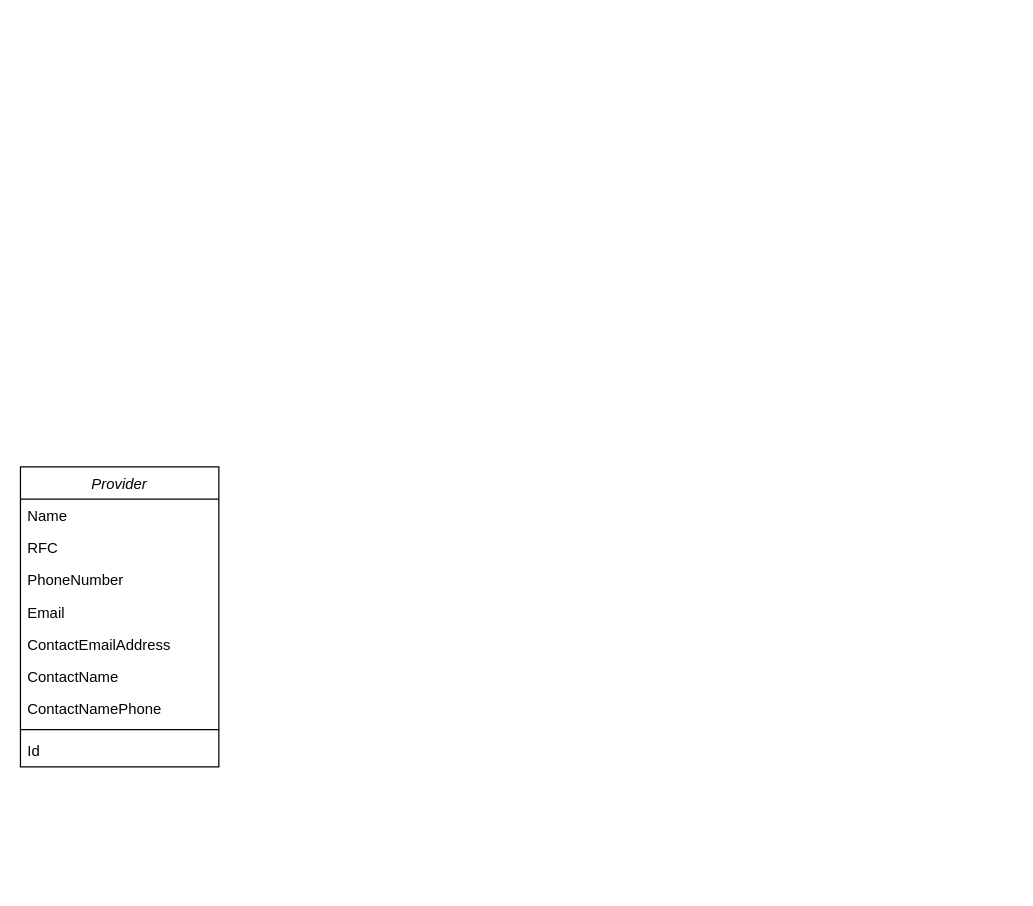
Before: Warehouse.drawio in davidaguilera/warehouse, a draw.io diagram. Source tidied: cells renumbered, new cells numbered last; positions are measured from the earlier drawing's top-left corner, leaving out a move shared by most shapes. Both pictures are drawn from the tidied source at 124%, with x=0, y=0 at pixel (20, 466).
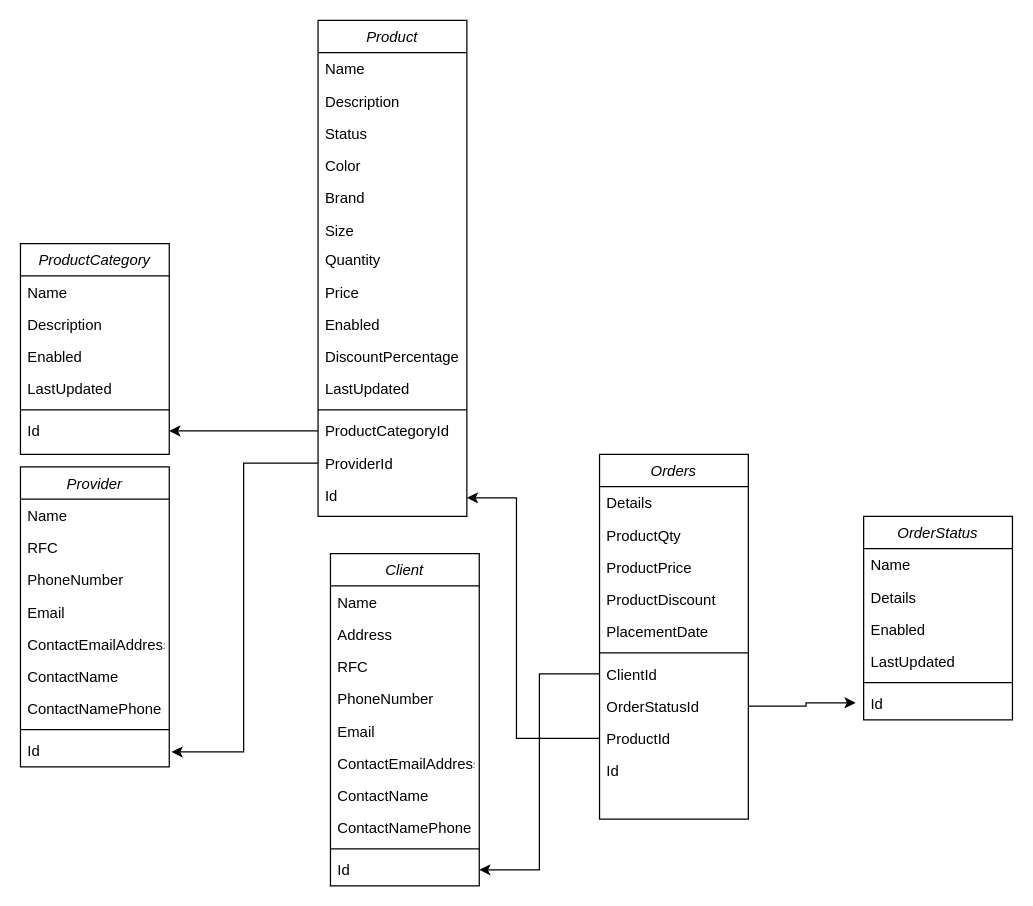
After the change.

Diff of the diagram source:
```diff
@@
     <mxCell id="2" value="Provider" style="swimlane;fontStyle=2;align=center;verticalAlign=top;horizontal=1;startSize=26;rounded=0;shadow=0;strokeWidth=1;" parent="1" vertex="1">
-      <mxGeometry width="160" height="242" as="geometry" />
+      <mxGeometry width="120" height="242" as="geometry" />
     </mxCell>
     <mxCell id="3" value="Name" style="text;align=left;verticalAlign=top;spacingLeft=4;spacingRight=4;overflow=hidden;" parent="2" vertex="1">
-      <mxGeometry y="26" width="160" height="26" as="geometry" />
+      <mxGeometry y="26" width="120" height="26" as="geometry" />
     </mxCell>
     <mxCell id="4" value="RFC" style="text;align=left;verticalAlign=top;spacingLeft=4;spacingRight=4;overflow=hidden;rounded=0;shadow=0;html=0;" parent="2" vertex="1">
-      <mxGeometry y="52" width="160" height="26" as="geometry" />
+      <mxGeometry y="52" width="120" height="26" as="geometry" />
     </mxCell>
     <mxCell id="5" value="PhoneNumber" style="text;align=left;verticalAlign=top;spacingLeft=4;spacingRight=4;overflow=hidden;rounded=0;shadow=0;html=0;" parent="2" vertex="1">
-      <mxGeometry y="78" width="160" height="26" as="geometry" />
+      <mxGeometry y="78" width="120" height="26" as="geometry" />
     </mxCell>
     <mxCell id="6" value="Email" style="text;align=left;verticalAlign=top;spacingLeft=4;spacingRight=4;overflow=hidden;" parent="2" vertex="1">
-      <mxGeometry y="104" width="160" height="26" as="geometry" />
+      <mxGeometry y="104" width="120" height="26" as="geometry" />
     </mxCell>
     <mxCell id="7" value="ContactEmailAddress" style="text;align=left;verticalAlign=top;spacingLeft=4;spacingRight=4;overflow=hidden;rounded=0;shadow=0;html=0;" parent="2" vertex="1">
-      <mxGeometry y="130" width="160" height="26" as="geometry" />
+      <mxGeometry y="130" width="120" height="26" as="geometry" />
     </mxCell>
     <mxCell id="8" value="ContactName" style="text;align=left;verticalAlign=top;spacingLeft=4;spacingRight=4;overflow=hidden;rounded=0;shadow=0;html=0;" parent="2" vertex="1">
-      <mxGeometry y="156" width="160" height="26" as="geometry" />
+      <mxGeometry y="156" width="120" height="26" as="geometry" />
     </mxCell>
     <mxCell id="9" value="ContactNamePhone" style="text;align=left;verticalAlign=top;spacingLeft=4;spacingRight=4;overflow=hidden;rounded=0;shadow=0;html=0;" parent="2" vertex="1">
-      <mxGeometry y="182" width="160" height="26" as="geometry" />
+      <mxGeometry y="182" width="120" height="26" as="geometry" />
     </mxCell>
     <mxCell id="10" style="line;html=1;strokeWidth=1;align=left;verticalAlign=middle;spacingTop=-1;spacingLeft=3;spacingRight=3;labelPosition=right;" parent="2" vertex="1">
-      <mxGeometry y="208" width="160" height="8" as="geometry" />
+      <mxGeometry y="208" width="120" height="8" as="geometry" />
     </mxCell>
     <mxCell id="11" value="Id" style="text;align=left;verticalAlign=top;spacingLeft=4;spacingRight=4;overflow=hidden;points=[[0,0.5],[1,0.5]];portConstraint=eastwest;rounded=0;shadow=0;html=0;" parent="2" vertex="1">
-      <mxGeometry y="216" width="160" height="26" as="geometry" />
+      <mxGeometry y="216" width="120" height="26" as="geometry" />
     </mxCell>
+    <mxCell id="12" value="Client" style="swimlane;fontStyle=2;align=center;verticalAlign=top;horizontal=1;startSize=26;rounded=0;shadow=0;strokeWidth=1;" parent="1" vertex="1">
+      <mxGeometry x="250" y="70" width="120" height="268" as="geometry" />
+    </mxCell>
+    <mxCell id="13" value="Name" style="text;align=left;verticalAlign=top;spacingLeft=4;spacingRight=4;overflow=hidden;" parent="12" vertex="1">
+      <mxGeometry y="26" width="120" height="26" as="geometry" />
+    </mxCell>
+    <mxCell id="14" value="Address" style="text;align=left;verticalAlign=top;spacingLeft=4;spacingRight=4;overflow=hidden;rounded=0;shadow=0;html=0;" parent="12" vertex="1">
+      <mxGeometry y="52" width="120" height="26" as="geometry" />
+    </mxCell>
+    <mxCell id="15" value="RFC" style="text;align=left;verticalAlign=top;spacingLeft=4;spacingRight=4;overflow=hidden;rounded=0;shadow=0;html=0;" parent="12" vertex="1">
+      <mxGeometry y="78" width="120" height="26" as="geometry" />
+    </mxCell>
+    <mxCell id="16" value="PhoneNumber" style="text;align=left;verticalAlign=top;spacingLeft=4;spacingRight=4;overflow=hidden;rounded=0;shadow=0;html=0;" parent="12" vertex="1">
+      <mxGeometry y="104" width="120" height="26" as="geometry" />
+    </mxCell>
+    <mxCell id="17" value="Email" style="text;align=left;verticalAlign=top;spacingLeft=4;spacingRight=4;overflow=hidden;" parent="12" vertex="1">
+      <mxGeometry y="130" width="120" height="26" as="geometry" />
+    </mxCell>
+    <mxCell id="18" value="ContactEmailAddress" style="text;align=left;verticalAlign=top;spacingLeft=4;spacingRight=4;overflow=hidden;rounded=0;shadow=0;html=0;" parent="12" vertex="1">
+      <mxGeometry y="156" width="120" height="26" as="geometry" />
+    </mxCell>
+    <mxCell id="19" value="ContactName" style="text;align=left;verticalAlign=top;spacingLeft=4;spacingRight=4;overflow=hidden;rounded=0;shadow=0;html=0;" parent="12" vertex="1">
+      <mxGeometry y="182" width="120" height="26" as="geometry" />
+    </mxCell>
+    <mxCell id="20" value="ContactNamePhone" style="text;align=left;verticalAlign=top;spacingLeft=4;spacingRight=4;overflow=hidden;rounded=0;shadow=0;html=0;" parent="12" vertex="1">
+      <mxGeometry y="208" width="120" height="26" as="geometry" />
+    </mxCell>
+    <mxCell id="21" style="line;html=1;strokeWidth=1;align=left;verticalAlign=middle;spacingTop=-1;spacingLeft=3;spacingRight=3;labelPosition=right;" parent="12" vertex="1">
+      <mxGeometry y="234" width="120" height="8" as="geometry" />
+    </mxCell>
+    <mxCell id="22" value="Id" style="text;align=left;verticalAlign=top;spacingLeft=4;spacingRight=4;overflow=hidden;points=[[0,0.5],[1,0.5]];portConstraint=eastwest;rounded=0;shadow=0;html=0;" parent="12" vertex="1">
+      <mxGeometry y="242" width="120" height="26" as="geometry" />
+    </mxCell>
+    <mxCell id="23" value="ProductCategory" style="swimlane;fontStyle=2;align=center;verticalAlign=top;horizontal=1;startSize=26;rounded=0;shadow=0;strokeWidth=1;" parent="1" vertex="1">
+      <mxGeometry y="-180" width="120" height="170" as="geometry" />
+    </mxCell>
+    <mxCell id="24" value="Name" style="text;align=left;verticalAlign=top;spacingLeft=4;spacingRight=4;overflow=hidden;" parent="23" vertex="1">
+      <mxGeometry y="26" width="120" height="26" as="geometry" />
+    </mxCell>
+    <mxCell id="25" value="Description" style="text;align=left;verticalAlign=top;spacingLeft=4;spacingRight=4;overflow=hidden;" parent="23" vertex="1">
+      <mxGeometry y="52" width="120" height="26" as="geometry" />
+    </mxCell>
+    <mxCell id="26" value="Enabled" style="text;align=left;verticalAlign=top;spacingLeft=4;spacingRight=4;overflow=hidden;rounded=0;shadow=0;html=0;" parent="23" vertex="1">
+      <mxGeometry y="78" width="120" height="26" as="geometry" />
+    </mxCell>
+    <mxCell id="27" value="LastUpdated" style="text;align=left;verticalAlign=top;spacingLeft=4;spacingRight=4;overflow=hidden;rounded=0;shadow=0;html=0;" parent="23" vertex="1">
+      <mxGeometry y="104" width="120" height="26" as="geometry" />
+    </mxCell>
+    <mxCell id="28" style="line;html=1;strokeWidth=1;align=left;verticalAlign=middle;spacingTop=-1;spacingLeft=3;spacingRight=3;labelPosition=right;" parent="23" vertex="1">
+      <mxGeometry y="130" width="120" height="8" as="geometry" />
+    </mxCell>
+    <mxCell id="29" value="Id" style="text;align=left;verticalAlign=top;spacingLeft=4;spacingRight=4;overflow=hidden;points=[[0,0.5],[1,0.5]];portConstraint=eastwest;rounded=0;shadow=0;html=0;" parent="23" vertex="1">
+      <mxGeometry y="138" width="120" height="26" as="geometry" />
+    </mxCell>
+    <mxCell id="30" value="Product" style="swimlane;fontStyle=2;align=center;verticalAlign=top;horizontal=1;startSize=26;rounded=0;shadow=0;strokeWidth=1;" parent="1" vertex="1">
+      <mxGeometry x="240" y="-360" width="120" height="400" as="geometry" />
+    </mxCell>
+    <mxCell id="31" value="Name" style="text;align=left;verticalAlign=top;spacingLeft=4;spacingRight=4;overflow=hidden;" parent="30" vertex="1">
+      <mxGeometry y="26" width="120" height="26" as="geometry" />
+    </mxCell>
+    <mxCell id="32" value="Description" style="text;align=left;verticalAlign=top;spacingLeft=4;spacingRight=4;overflow=hidden;" parent="30" vertex="1">
+      <mxGeometry y="52" width="120" height="26" as="geometry" />
+    </mxCell>
+    <mxCell id="33" value="Status" style="text;align=left;verticalAlign=top;spacingLeft=4;spacingRight=4;overflow=hidden;rounded=0;shadow=0;html=0;" parent="30" vertex="1">
+      <mxGeometry y="78" width="120" height="26" as="geometry" />
+    </mxCell>
+    <mxCell id="34" value="Color" style="text;align=left;verticalAlign=top;spacingLeft=4;spacingRight=4;overflow=hidden;rounded=0;shadow=0;html=0;" parent="30" vertex="1">
+      <mxGeometry y="104" width="120" height="26" as="geometry" />
+    </mxCell>
+    <mxCell id="35" value="Brand" style="text;align=left;verticalAlign=top;spacingLeft=4;spacingRight=4;overflow=hidden;rounded=0;shadow=0;html=0;" parent="30" vertex="1">
+      <mxGeometry y="130" width="120" height="26" as="geometry" />
+    </mxCell>
+    <mxCell id="36" value="Size" style="text;align=left;verticalAlign=top;spacingLeft=4;spacingRight=4;overflow=hidden;rounded=0;shadow=0;html=0;" parent="30" vertex="1">
+      <mxGeometry y="156" width="120" height="24" as="geometry" />
+    </mxCell>
+    <mxCell id="37" value="Quantity" style="text;align=left;verticalAlign=top;spacingLeft=4;spacingRight=4;overflow=hidden;rounded=0;shadow=0;html=0;" parent="30" vertex="1">
+      <mxGeometry y="180" width="120" height="26" as="geometry" />
+    </mxCell>
+    <mxCell id="38" value="Price" style="text;align=left;verticalAlign=top;spacingLeft=4;spacingRight=4;overflow=hidden;rounded=0;shadow=0;html=0;" parent="30" vertex="1">
+      <mxGeometry y="206" width="120" height="26" as="geometry" />
+    </mxCell>
+    <mxCell id="39" value="Enabled" style="text;align=left;verticalAlign=top;spacingLeft=4;spacingRight=4;overflow=hidden;rounded=0;shadow=0;html=0;" parent="30" vertex="1">
+      <mxGeometry y="232" width="120" height="26" as="geometry" />
+    </mxCell>
+    <mxCell id="40" value="DiscountPercentage" style="text;align=left;verticalAlign=top;spacingLeft=4;spacingRight=4;overflow=hidden;rounded=0;shadow=0;html=0;" parent="30" vertex="1">
+      <mxGeometry y="258" width="120" height="26" as="geometry" />
+    </mxCell>
+    <mxCell id="41" value="LastUpdated" style="text;align=left;verticalAlign=top;spacingLeft=4;spacingRight=4;overflow=hidden;rounded=0;shadow=0;html=0;" parent="30" vertex="1">
+      <mxGeometry y="284" width="120" height="26" as="geometry" />
+    </mxCell>
+    <mxCell id="42" style="line;html=1;strokeWidth=1;align=left;verticalAlign=middle;spacingTop=-1;spacingLeft=3;spacingRight=3;labelPosition=right;" parent="30" vertex="1">
+      <mxGeometry y="310" width="120" height="8" as="geometry" />
+    </mxCell>
+    <mxCell id="43" value="ProductCategoryId" style="text;align=left;verticalAlign=top;spacingLeft=4;spacingRight=4;overflow=hidden;points=[[0,0.5],[1,0.5]];portConstraint=eastwest;rounded=0;shadow=0;html=0;" parent="30" vertex="1">
+      <mxGeometry y="318" width="120" height="26" as="geometry" />
+    </mxCell>
+    <mxCell id="44" value="ProviderId" style="text;align=left;verticalAlign=top;spacingLeft=4;spacingRight=4;overflow=hidden;points=[[0,0.5],[1,0.5]];portConstraint=eastwest;rounded=0;shadow=0;html=0;" parent="30" vertex="1">
+      <mxGeometry y="344" width="120" height="26" as="geometry" />
+    </mxCell>
+    <mxCell id="45" value="Id" style="text;align=left;verticalAlign=top;spacingLeft=4;spacingRight=4;overflow=hidden;points=[[0,0.5],[1,0.5]];portConstraint=eastwest;rounded=0;shadow=0;html=0;" parent="30" vertex="1">
+      <mxGeometry y="370" width="120" height="30" as="geometry" />
+    </mxCell>
+    <mxCell id="46" style="edgeStyle=orthogonalEdgeStyle;rounded=0;jettySize=auto;html=1;exitX=0;exitY=0.5;exitDx=0;exitDy=0;entryX=1;entryY=0.5;entryDx=0;entryDy=0;" parent="1" edge="1" source="43" target="29">
+      <mxGeometry relative="1" as="geometry" />
+    </mxCell>
+    <mxCell id="47" style="edgeStyle=orthogonalEdgeStyle;rounded=0;jettySize=auto;html=1;exitX=0;exitY=0.5;exitDx=0;exitDy=0;entryX=1.016;entryY=0.534;entryDx=0;entryDy=0;entryPerimeter=0;" parent="1" edge="1" source="44" target="11">
+      <mxGeometry relative="1" as="geometry" />
+    </mxCell>
+    <mxCell id="48" value="Orders" style="swimlane;fontStyle=2;align=center;verticalAlign=top;horizontal=1;startSize=26;rounded=0;shadow=0;strokeWidth=1;" parent="1" vertex="1">
+      <mxGeometry x="467" y="-10" width="120" height="294" as="geometry" />
+    </mxCell>
+    <mxCell id="49" value="Details" style="text;align=left;verticalAlign=top;spacingLeft=4;spacingRight=4;overflow=hidden;" parent="48" vertex="1">
+      <mxGeometry y="26" width="120" height="26" as="geometry" />
+    </mxCell>
+    <mxCell id="50" value="ProductQty" style="text;align=left;verticalAlign=top;spacingLeft=4;spacingRight=4;overflow=hidden;rounded=0;shadow=0;html=0;" parent="48" vertex="1">
+      <mxGeometry y="52" width="120" height="26" as="geometry" />
+    </mxCell>
+    <mxCell id="51" value="ProductPrice" style="text;align=left;verticalAlign=top;spacingLeft=4;spacingRight=4;overflow=hidden;rounded=0;shadow=0;html=0;" parent="48" vertex="1">
+      <mxGeometry y="78" width="120" height="26" as="geometry" />
+    </mxCell>
+    <mxCell id="52" value="ProductDiscount" style="text;align=left;verticalAlign=top;spacingLeft=4;spacingRight=4;overflow=hidden;" parent="48" vertex="1">
+      <mxGeometry y="104" width="120" height="26" as="geometry" />
+    </mxCell>
+    <mxCell id="53" value="PlacementDate" style="text;align=left;verticalAlign=top;spacingLeft=4;spacingRight=4;overflow=hidden;rounded=0;shadow=0;html=0;" parent="48" vertex="1">
+      <mxGeometry y="130" width="120" height="26" as="geometry" />
+    </mxCell>
+    <mxCell id="54" style="line;html=1;strokeWidth=1;align=left;verticalAlign=middle;spacingTop=-1;spacingLeft=3;spacingRight=3;labelPosition=right;" parent="48" vertex="1">
+      <mxGeometry y="156" width="120" height="8" as="geometry" />
+    </mxCell>
+    <mxCell id="55" value="ClientId" style="text;align=left;verticalAlign=top;spacingLeft=4;spacingRight=4;overflow=hidden;points=[[0,0.5],[1,0.5]];portConstraint=eastwest;rounded=0;shadow=0;html=0;" parent="48" vertex="1">
+      <mxGeometry y="164" width="120" height="26" as="geometry" />
+    </mxCell>
+    <mxCell id="56" value="OrderStatusId" style="text;align=left;verticalAlign=top;spacingLeft=4;spacingRight=4;overflow=hidden;points=[[0,0.5],[1,0.5]];portConstraint=eastwest;rounded=0;shadow=0;html=0;" parent="48" vertex="1">
+      <mxGeometry y="190" width="120" height="26" as="geometry" />
+    </mxCell>
+    <mxCell id="57" value="ProductId" style="text;align=left;verticalAlign=top;spacingLeft=4;spacingRight=4;overflow=hidden;points=[[0,0.5],[1,0.5]];portConstraint=eastwest;rounded=0;shadow=0;html=0;" parent="48" vertex="1">
+      <mxGeometry y="216" width="120" height="26" as="geometry" />
+    </mxCell>
+    <mxCell id="58" value="Id" style="text;align=left;verticalAlign=top;spacingLeft=4;spacingRight=4;overflow=hidden;rounded=0;shadow=0;html=0;" parent="48" vertex="1">
+      <mxGeometry y="242" width="120" height="26" as="geometry" />
+    </mxCell>
+    <mxCell id="59" value="OrderStatus" style="swimlane;fontStyle=2;align=center;verticalAlign=top;horizontal=1;startSize=26;rounded=0;shadow=0;strokeWidth=1;" parent="1" vertex="1">
+      <mxGeometry x="680" y="40" width="120" height="164" as="geometry" />
+    </mxCell>
+    <mxCell id="60" value="Name" style="text;align=left;verticalAlign=top;spacingLeft=4;spacingRight=4;overflow=hidden;" parent="59" vertex="1">
+      <mxGeometry y="26" width="120" height="26" as="geometry" />
+    </mxCell>
+    <mxCell id="61" value="Details" style="text;align=left;verticalAlign=top;spacingLeft=4;spacingRight=4;overflow=hidden;rounded=0;shadow=0;html=0;" parent="59" vertex="1">
+      <mxGeometry y="52" width="120" height="26" as="geometry" />
+    </mxCell>
+    <mxCell id="62" value="Enabled" style="text;align=left;verticalAlign=top;spacingLeft=4;spacingRight=4;overflow=hidden;rounded=0;shadow=0;html=0;" parent="59" vertex="1">
+      <mxGeometry y="78" width="120" height="26" as="geometry" />
+    </mxCell>
+    <mxCell id="63" value="LastUpdated" style="text;align=left;verticalAlign=top;spacingLeft=4;spacingRight=4;overflow=hidden;" parent="59" vertex="1">
+      <mxGeometry y="104" width="120" height="26" as="geometry" />
+    </mxCell>
+    <mxCell id="64" style="line;html=1;strokeWidth=1;align=left;verticalAlign=middle;spacingTop=-1;spacingLeft=3;spacingRight=3;labelPosition=right;" parent="59" vertex="1">
+      <mxGeometry y="130" width="120" height="8" as="geometry" />
+    </mxCell>
+    <mxCell id="65" value="Id" style="text;align=left;verticalAlign=top;spacingLeft=4;spacingRight=4;overflow=hidden;points=[[0,0.5],[1,0.5]];portConstraint=eastwest;rounded=0;shadow=0;html=0;" parent="59" vertex="1">
+      <mxGeometry y="138" width="120" height="26" as="geometry" />
+    </mxCell>
+    <mxCell id="66" style="edgeStyle=orthogonalEdgeStyle;rounded=0;jettySize=auto;html=1;exitX=0;exitY=0.5;exitDx=0;exitDy=0;entryX=1;entryY=0.5;entryDx=0;entryDy=0;" parent="1" edge="1" source="55" target="22">
+      <mxGeometry relative="1" as="geometry" />
+    </mxCell>
+    <mxCell id="67" style="edgeStyle=orthogonalEdgeStyle;rounded=0;jettySize=auto;html=1;exitX=1;exitY=0.5;exitDx=0;exitDy=0;entryX=-0.054;entryY=0.473;entryDx=0;entryDy=0;entryPerimeter=0;" parent="1" edge="1" source="56" target="65">
+      <mxGeometry relative="1" as="geometry" />
+    </mxCell>
+    <mxCell id="68" style="edgeStyle=orthogonalEdgeStyle;rounded=0;jettySize=auto;html=1;exitX=0;exitY=0.5;exitDx=0;exitDy=0;entryX=1;entryY=0.5;entryDx=0;entryDy=0;" parent="1" edge="1" source="57" target="45">
+      <mxGeometry relative="1" as="geometry">
+        <Array as="points">
+          <mxPoint x="400" y="219" />
+          <mxPoint x="400" y="25" />
+        </Array>
+      </mxGeometry>
+    </mxCell>
```
